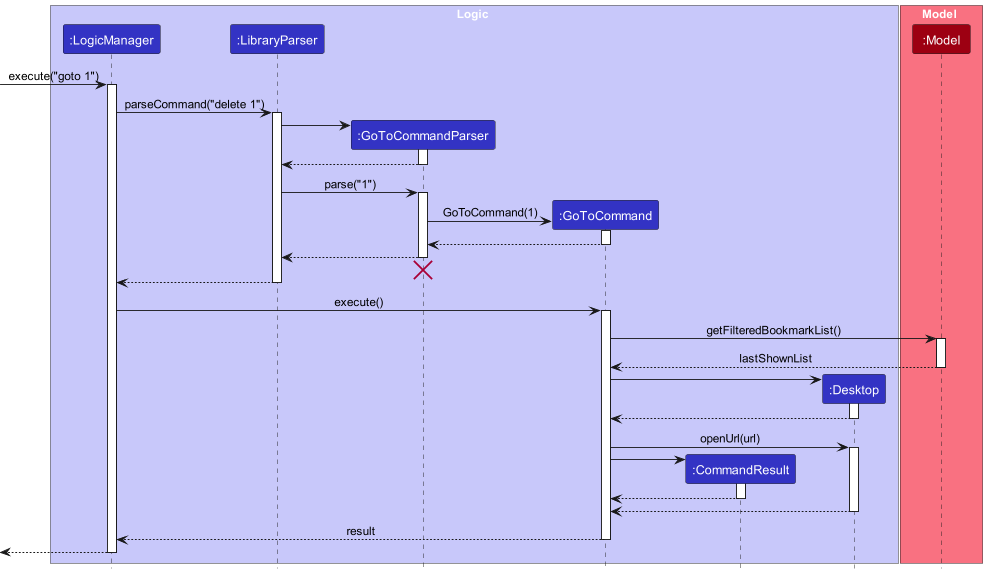
Earlier version of the PlantUML export docs/images/GoToSequenceDiagram.png (nus-cs2103-AY2223S2/tp).
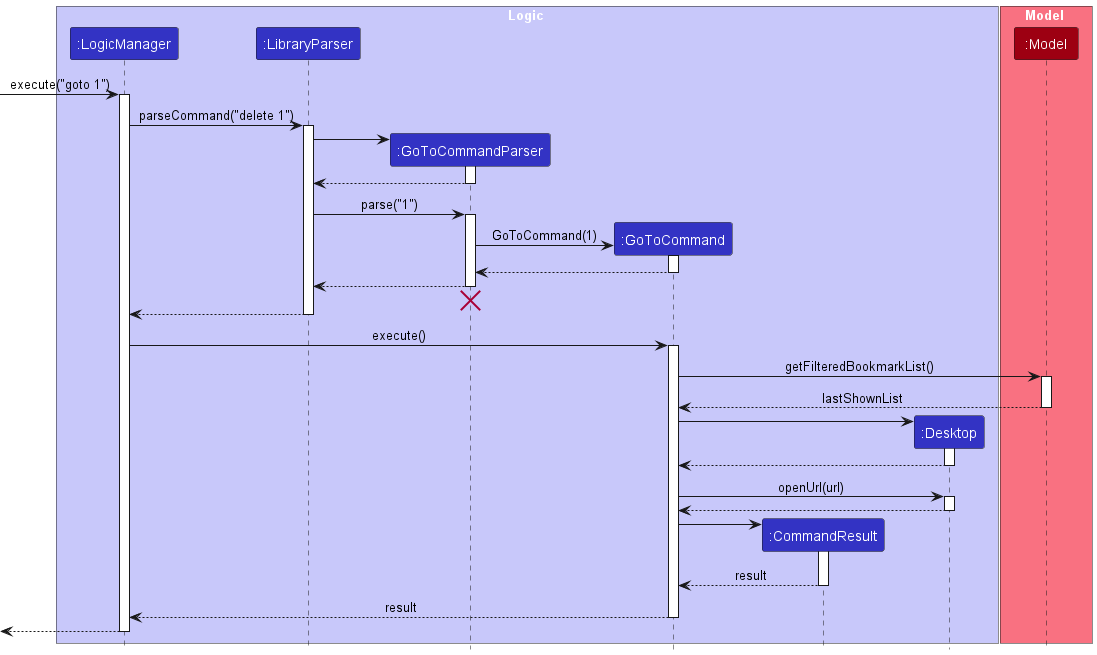
Later version of the same file.

What changed in the source:
```diff
@@ -62,17 +62,18 @@
 
 GoToCommand -> Desktop : openUrl(url)
 activate Desktop
-
+Desktop --> GoToCommand
+deactivate Desktop
 
 
 create CommandResult
 GoToCommand -> CommandResult
 activate CommandResult
 
-CommandResult --> GoToCommand
+
+CommandResult --> GoToCommand :result
 deactivate CommandResult
-Desktop --> GoToCommand
-deactivate Desktop
+
 
 GoToCommand --> LogicManager : result
 deactivate GoToCommand
```
